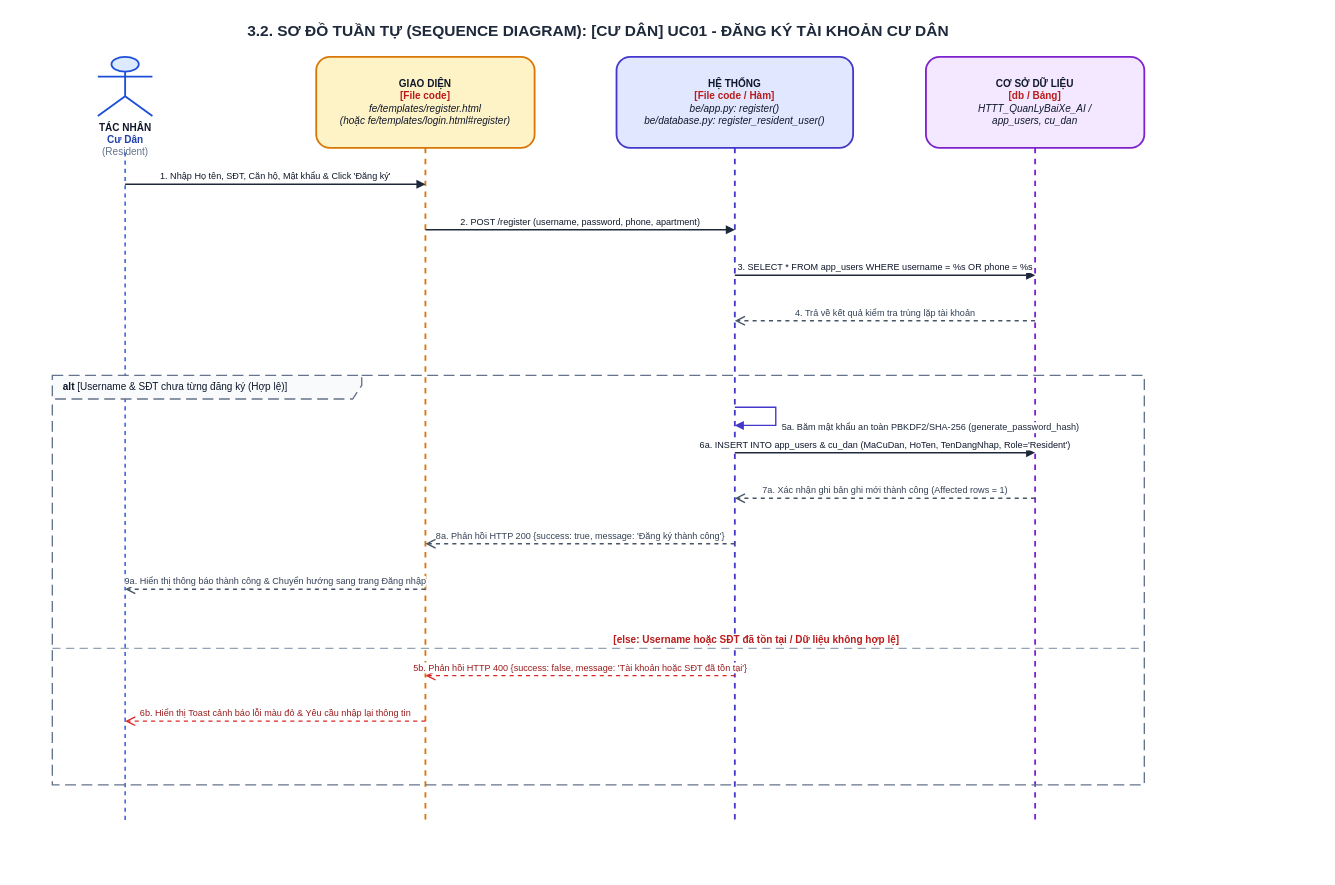
Above: ongthanquoctruong_24CT2_cnpm/docs/drawio/uc01_resident_register.drawio in Truong027/CNPM24 (draw.io), before the change. Source tidied: cells renumbered, new cells numbered last; positions are measured from the earlier drawing's top-left corner, leaving out a move shared by most shapes. Both pictures are drawn from the tidied source at 91%, with x=0, y=0 at pixel (15, 15).
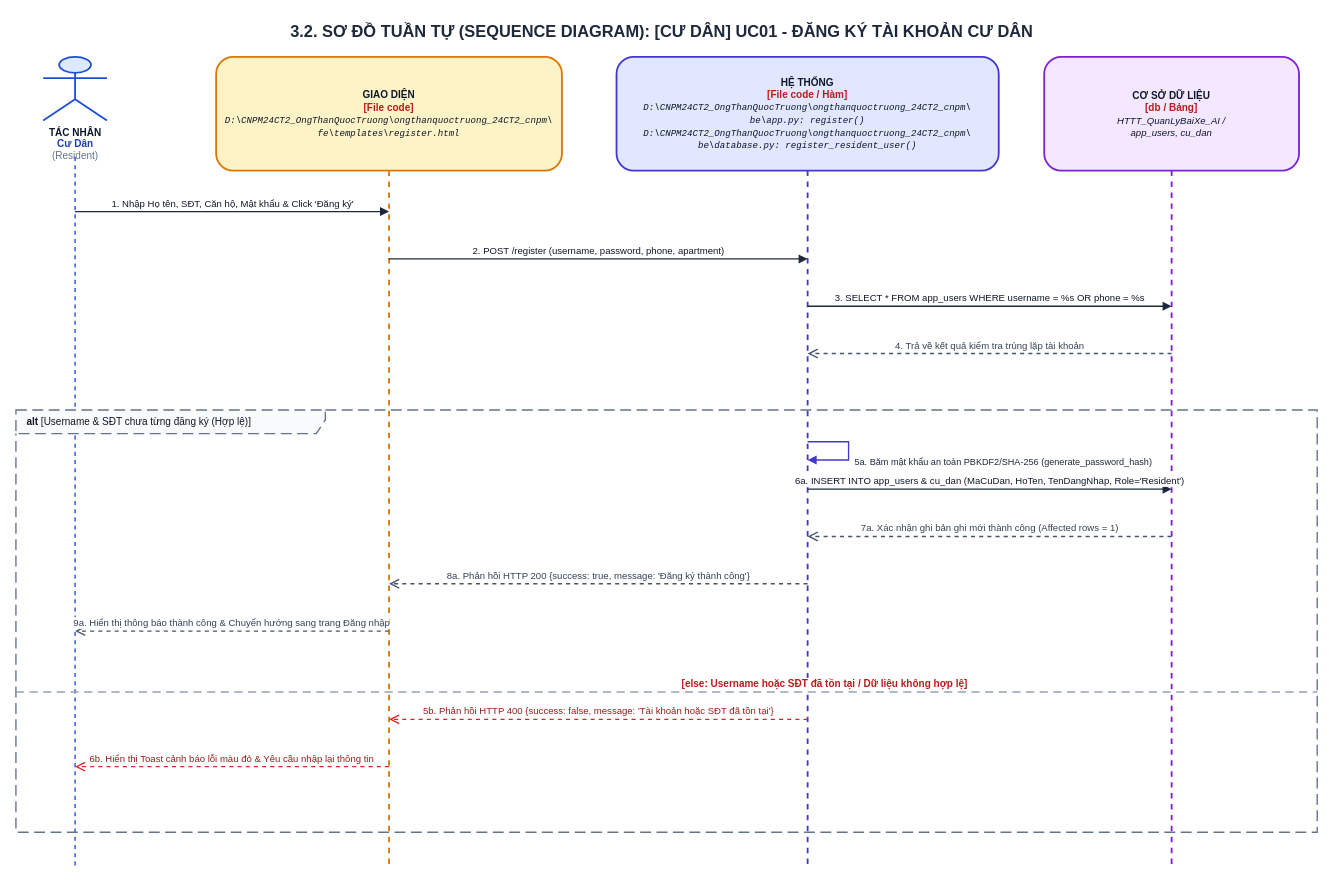
The same page after the edit.

What changed in the source:
```diff
@@
-    <mxCell id="2" value="&lt;b&gt;3.2. SƠ ĐỒ TUẦN TỰ (SEQUENCE DIAGRAM): [CƯ DÂN] UC01 - ĐĂNG KÝ TÀI KHOẢN CƯ DÂN&lt;/b&gt;" style="text;html=1;strokeColor=none;fillColor=none;align=center;verticalAlign=middle;whiteSpace=wrap;rounded=0;fontSize=17;fontColor=#1E293B;fontStyle=1;" parent="1" vertex="1">
-      <mxGeometry width="1280" height="35" as="geometry" />
+    <mxCell id="2" value="&lt;b&gt;3.2. SƠ ĐỒ TUẦN TỰ (SEQUENCE DIAGRAM): [CƯ DÂN] UC01 - ĐĂNG KÝ TÀI KHOẢN CƯ DÂN&lt;/b&gt;" style="text;html=1;strokeColor=none;fillColor=none;align=center;verticalAlign=middle;whiteSpace=wrap;rounded=0;fontSize=18;fontColor=#1E293B;fontStyle=1;" parent="1" vertex="1">
+      <mxGeometry width="1420" height="35" as="geometry" />
     </mxCell>
     <mxCell id="3" value="&lt;b&gt;TÁC NHÂN&lt;/b&gt;&lt;br/&gt;&lt;font color='#1E40AF'&gt;&lt;b&gt;Cư Dân&lt;/b&gt;&lt;/font&gt;&lt;br/&gt;&lt;font color='#64748B'&gt;(Resident)&lt;/font&gt;" style="shape=umlActor;verticalLabelPosition=bottom;verticalAlign=top;html=1;fillColor=#DBEAFE;strokeColor=#1D4ED8;strokeWidth=2;fontSize=11;fontColor=#0F172A;align=center;" parent="1" vertex="1">
-      <mxGeometry x="90" y="45" width="60" height="65" as="geometry" />
+      <mxGeometry x="30" y="45" width="70" height="70" as="geometry" />
     </mxCell>
     <mxCell id="4" style="endArrow=none;dashed=1;html=1;strokeWidth=1.5;strokeColor=#1D4ED8;" parent="1" edge="1">
       <mxGeometry relative="1" as="geometry">
-        <mxPoint x="120" y="150" as="sourcePoint" />
-        <mxPoint x="120" y="885" as="targetPoint" />
+        <mxPoint x="65" y="155" as="sourcePoint" />
+        <mxPoint x="65" y="937" as="targetPoint" />
       </mxGeometry>
     </mxCell>
-    <mxCell id="5" value="&lt;b&gt;GIAO DIỆN&lt;/b&gt;&lt;br/&gt;&lt;font color='#B91C1C'&gt;&lt;b&gt;[File code]&lt;/b&gt;&lt;/font&gt;&lt;br/&gt;&lt;i&gt;fe/templates/register.html&lt;br/&gt;(hoặc fe/templates/login.html#register)&lt;/i&gt;" style="shape=umlLifeline;perimeter=lifelinePerimeter;whiteSpace=wrap;html=1;size=100;fillColor=#FEF3C7;strokeColor=#D97706;strokeWidth=2;fontColor=#0F172A;rounded=1;shadow=0;fontSize=11;align=center;" parent="1" vertex="1">
-      <mxGeometry x="330" y="45" width="240" height="840" as="geometry" />
+    <mxCell id="5" value="&lt;b&gt;GIAO DIỆN&lt;/b&gt;&lt;br/&gt;&lt;font color='#B91C1C'&gt;&lt;b&gt;[File code]&lt;/b&gt;&lt;/font&gt;&lt;br/&gt;&lt;font style='font-size: 10px; font-family: Consolas, monospace;'&gt;&lt;i&gt;D:\CNPM24CT2_OngThanQuocTruong\ongthanquoctruong_24CT2_cnpm\&lt;br/&gt;fe\templates\register.html&lt;/i&gt;&lt;/font&gt;" style="shape=umlLifeline;perimeter=lifelinePerimeter;whiteSpace=wrap;html=1;size=125;fillColor=#FEF3C7;strokeColor=#D97706;strokeWidth=2;fontColor=#0F172A;rounded=1;shadow=0;fontSize=11;align=center;" parent="1" vertex="1">
+      <mxGeometry x="220" y="45" width="380" height="892" as="geometry" />
     </mxCell>
-    <mxCell id="6" value="&lt;b&gt;HỆ THỐNG&lt;/b&gt;&lt;br/&gt;&lt;font color='#B91C1C'&gt;&lt;b&gt;[File code / Hàm]&lt;/b&gt;&lt;/font&gt;&lt;br/&gt;&lt;i&gt;be/app.py: register()&lt;br/&gt;be/database.py: register_resident_user()&lt;/i&gt;" style="shape=umlLifeline;perimeter=lifelinePerimeter;whiteSpace=wrap;html=1;size=100;fillColor=#E0E7FF;strokeColor=#4338CA;strokeWidth=2;fontColor=#0F172A;rounded=1;shadow=0;fontSize=11;align=center;" parent="1" vertex="1">
-      <mxGeometry x="660" y="45" width="260" height="840" as="geometry" />
+    <mxCell id="6" value="&lt;b&gt;HỆ THỐNG&lt;/b&gt;&lt;br/&gt;&lt;font color='#B91C1C'&gt;&lt;b&gt;[File code / Hàm]&lt;/b&gt;&lt;/font&gt;&lt;br/&gt;&lt;font style='font-size: 10px; font-family: Consolas, monospace;'&gt;&lt;i&gt;D:\CNPM24CT2_OngThanQuocTruong\ongthanquoctruong_24CT2_cnpm\&lt;br/&gt;be\app.py: register()&lt;br/&gt;D:\CNPM24CT2_OngThanQuocTruong\ongthanquoctruong_24CT2_cnpm\&lt;br/&gt;be\database.py: register_resident_user()&lt;/i&gt;&lt;/font&gt;" style="shape=umlLifeline;perimeter=lifelinePerimeter;whiteSpace=wrap;html=1;size=125;fillColor=#E0E7FF;strokeColor=#4338CA;strokeWidth=2;fontColor=#0F172A;rounded=1;shadow=0;fontSize=11;align=center;" parent="1" vertex="1">
+      <mxGeometry x="660" y="45" width="420" height="892" as="geometry" />
     </mxCell>
-    <mxCell id="7" value="&lt;b&gt;CƠ SỞ DỮ LIỆU&lt;/b&gt;&lt;br/&gt;&lt;font color='#B91C1C'&gt;&lt;b&gt;[db / Bảng]&lt;/b&gt;&lt;/font&gt;&lt;br/&gt;&lt;i&gt;HTTT_QuanLyBaiXe_AI /&lt;br/&gt;app_users, cu_dan&lt;/i&gt;" style="shape=umlLifeline;perimeter=lifelinePerimeter;whiteSpace=wrap;html=1;size=100;fillColor=#F3E8FF;strokeColor=#7E22CE;strokeWidth=2;fontColor=#0F172A;rounded=1;shadow=0;fontSize=11;align=center;" parent="1" vertex="1">
-      <mxGeometry x="1000" y="45" width="240" height="840" as="geometry" />
+    <mxCell id="7" value="&lt;b&gt;CƠ SỞ DỮ LIỆU&lt;/b&gt;&lt;br/&gt;&lt;font color='#B91C1C'&gt;&lt;b&gt;[db / Bảng]&lt;/b&gt;&lt;/font&gt;&lt;br/&gt;&lt;font style='font-size: 10.5px;'&gt;&lt;i&gt;HTTT_QuanLyBaiXe_AI /&lt;br/&gt;app_users, cu_dan&lt;/i&gt;&lt;/font&gt;" style="shape=umlLifeline;perimeter=lifelinePerimeter;whiteSpace=wrap;html=1;size=125;fillColor=#F3E8FF;strokeColor=#7E22CE;strokeWidth=2;fontColor=#0F172A;rounded=1;shadow=0;fontSize=11;align=center;" parent="1" vertex="1">
+      <mxGeometry x="1130" y="45" width="280" height="892" as="geometry" />
     </mxCell>
-    <mxCell id="8" value="1. Nhập Họ tên, SĐT, Căn hộ, Mật khẩu &amp; Click 'Đăng ký'" style="html=1;verticalAlign=bottom;endArrow=block;rounded=0;strokeColor=#1E293B;strokeWidth=1.5;fontColor=#0F172A;fontSize=10;" parent="1" edge="1">
+    <mxCell id="8" value="1. Nhập Họ tên, SĐT, Căn hộ, Mật khẩu &amp; Click 'Đăng ký'" style="html=1;verticalAlign=bottom;endArrow=block;rounded=0;strokeColor=#1E293B;strokeWidth=1.5;fontColor=#0F172A;fontSize=10.5;" parent="1" edge="1">
       <mxGeometry relative="1" as="geometry">
-        <mxPoint x="120" y="185" as="sourcePoint" />
-        <mxPoint x="450" y="185" as="targetPoint" />
+        <mxPoint x="65" y="215" as="sourcePoint" />
+        <mxPoint x="410" y="215" as="targetPoint" />
       </mxGeometry>
     </mxCell>
-    <mxCell id="9" value="2. POST /register (username, password, phone, apartment)" style="html=1;verticalAlign=bottom;endArrow=block;rounded=0;strokeColor=#1E293B;strokeWidth=1.5;fontColor=#0F172A;fontSize=10;" parent="1" edge="1">
+    <mxCell id="9" value="2. POST /register (username, password, phone, apartment)" style="html=1;verticalAlign=bottom;endArrow=block;rounded=0;strokeColor=#1E293B;strokeWidth=1.5;fontColor=#0F172A;fontSize=10.5;" parent="1" edge="1">
       <mxGeometry relative="1" as="geometry">
-        <mxPoint x="450" y="235" as="sourcePoint" />
-        <mxPoint x="790" y="235" as="targetPoint" />
+        <mxPoint x="410" y="267" as="sourcePoint" />
+        <mxPoint x="870" y="267" as="targetPoint" />
       </mxGeometry>
     </mxCell>
-    <mxCell id="10" value="3. SELECT * FROM app_users WHERE username = %s OR phone = %s" style="html=1;verticalAlign=bottom;endArrow=block;rounded=0;strokeColor=#1E293B;strokeWidth=1.5;fontColor=#0F172A;fontSize=10;" parent="1" edge="1">
+    <mxCell id="10" value="3. SELECT * FROM app_users WHERE username = %s OR phone = %s" style="html=1;verticalAlign=bottom;endArrow=block;rounded=0;strokeColor=#1E293B;strokeWidth=1.5;fontColor=#0F172A;fontSize=10.5;" parent="1" edge="1">
       <mxGeometry relative="1" as="geometry">
-        <mxPoint x="790" y="285" as="sourcePoint" />
-        <mxPoint x="1120" y="285" as="targetPoint" />
+        <mxPoint x="870" y="319" as="sourcePoint" />
+        <mxPoint x="1270" y="319" as="targetPoint" />
       </mxGeometry>
     </mxCell>
-    <mxCell id="11" value="4. Trả về kết quả kiểm tra trùng lặp tài khoản" style="html=1;verticalAlign=bottom;endArrow=open;dashed=1;endSize=8;rounded=0;strokeColor=#475569;strokeWidth=1.5;fontColor=#334155;fontSize=10;" parent="1" edge="1">
+    <mxCell id="11" value="4. Trả về kết quả kiểm tra trùng lặp tài khoản" style="html=1;verticalAlign=bottom;endArrow=open;dashed=1;endSize=8;rounded=0;strokeColor=#475569;strokeWidth=1.5;fontColor=#334155;fontSize=10.5;" parent="1" edge="1">
       <mxGeometry relative="1" as="geometry">
-        <mxPoint x="1120" y="335" as="sourcePoint" />
-        <mxPoint x="790" y="335" as="targetPoint" />
+        <mxPoint x="1270" y="371" as="sourcePoint" />
+        <mxPoint x="870" y="371" as="targetPoint" />
       </mxGeometry>
     </mxCell>
     <mxCell id="12" value="&lt;b&gt;alt&lt;/b&gt; [Username &amp; SĐT chưa từng đăng ký (Hợp lệ)]" style="shape=umlFrame;whiteSpace=wrap;html=1;width=340;height=26;dashed=1;dashPattern=8 4;strokeColor=#64748B;fillColor=#F8FAFC;strokeWidth=1.5;align=left;spacingLeft=10;verticalAlign=top;fontStyle=0;fontSize=11;fontColor=#0F172A;" parent="1" vertex="1">
-      <mxGeometry x="40" y="395" width="1200" height="450" as="geometry" />
+      <mxGeometry y="433" width="1430" height="464" as="geometry" />
     </mxCell>
     <mxCell id="13" value="5a. Băm mật khẩu an toàn PBKDF2/SHA-256 (generate_password_hash)" style="html=1;align=left;spacingLeft=5;verticalAlign=top;endArrow=block;rounded=0;edgeStyle=orthogonalEdgeStyle;curved=0;strokeColor=#4338CA;strokeWidth=1.5;fontColor=#1E293B;fontSize=10;" parent="1" edge="1">
       <mxGeometry relative="1" as="geometry">
-        <mxPoint x="790" y="430" as="sourcePoint" />
-        <mxPoint x="790" y="450" as="targetPoint" />
+        <mxPoint x="870" y="468" as="sourcePoint" />
+        <mxPoint x="870" y="488" as="targetPoint" />
         <Array as="points">
-          <mxPoint x="835" y="430" />
-          <mxPoint x="835" y="450" />
+          <mxPoint x="915" y="468" />
+          <mxPoint x="915" y="488" />
         </Array>
       </mxGeometry>
     </mxCell>
-    <mxCell id="14" value="6a. INSERT INTO app_users &amp; cu_dan (MaCuDan, HoTen, TenDangNhap, Role='Resident')" style="html=1;verticalAlign=bottom;endArrow=block;rounded=0;strokeColor=#1E293B;strokeWidth=1.5;fontColor=#0F172A;fontSize=10;" parent="1" edge="1">
+    <mxCell id="14" value="6a. INSERT INTO app_users &amp; cu_dan (MaCuDan, HoTen, TenDangNhap, Role='Resident')" style="html=1;verticalAlign=bottom;endArrow=block;rounded=0;strokeColor=#1E293B;strokeWidth=1.5;fontColor=#0F172A;fontSize=10.5;" parent="1" edge="1">
       <mxGeometry relative="1" as="geometry">
-        <mxPoint x="790" y="480" as="sourcePoint" />
-        <mxPoint x="1120" y="480" as="targetPoint" />
+        <mxPoint x="870" y="520" as="sourcePoint" />
+        <mxPoint x="1270" y="520" as="targetPoint" />
       </mxGeometry>
     </mxCell>
-    <mxCell id="15" value="7a. Xác nhận ghi bản ghi mới thành công (Affected rows = 1)" style="html=1;verticalAlign=bottom;endArrow=open;dashed=1;endSize=8;rounded=0;strokeColor=#475569;strokeWidth=1.5;fontColor=#334155;fontSize=10;" parent="1" edge="1">
+    <mxCell id="15" value="7a. Xác nhận ghi bản ghi mới thành công (Affected rows = 1)" style="html=1;verticalAlign=bottom;endArrow=open;dashed=1;endSize=8;rounded=0;strokeColor=#475569;strokeWidth=1.5;fontColor=#334155;fontSize=10.5;" parent="1" edge="1">
       <mxGeometry relative="1" as="geometry">
-        <mxPoint x="1120" y="530" as="sourcePoint" />
-        <mxPoint x="790" y="530" as="targetPoint" />
+        <mxPoint x="1270" y="572" as="sourcePoint" />
+        <mxPoint x="870" y="572" as="targetPoint" />
       </mxGeometry>
     </mxCell>
-    <mxCell id="16" value="8a. Phản hồi HTTP 200 {success: true, message: 'Đăng ký thành công'}" style="html=1;verticalAlign=bottom;endArrow=open;dashed=1;endSize=8;rounded=0;strokeColor=#475569;strokeWidth=1.5;fontColor=#334155;fontSize=10;" parent="1" edge="1">
+    <mxCell id="16" value="8a. Phản hồi HTTP 200 {success: true, message: 'Đăng ký thành công'}" style="html=1;verticalAlign=bottom;endArrow=open;dashed=1;endSize=8;rounded=0;strokeColor=#475569;strokeWidth=1.5;fontColor=#334155;fontSize=10.5;" parent="1" edge="1">
       <mxGeometry relative="1" as="geometry">
-        <mxPoint x="790" y="580" as="sourcePoint" />
-        <mxPoint x="450" y="580" as="targetPoint" />
+        <mxPoint x="870" y="624" as="sourcePoint" />
+        <mxPoint x="410" y="624" as="targetPoint" />
       </mxGeometry>
     </mxCell>
-    <mxCell id="17" value="9a. Hiển thị thông báo thành công &amp; Chuyển hướng sang trang Đăng nhập" style="html=1;verticalAlign=bottom;endArrow=open;dashed=1;endSize=8;rounded=0;strokeColor=#475569;strokeWidth=1.5;fontColor=#334155;fontSize=10;" parent="1" edge="1">
+    <mxCell id="17" value="9a. Hiển thị thông báo thành công &amp; Chuyển hướng sang trang Đăng nhập" style="html=1;verticalAlign=bottom;endArrow=open;dashed=1;endSize=8;rounded=0;strokeColor=#475569;strokeWidth=1.5;fontColor=#334155;fontSize=10.5;" parent="1" edge="1">
       <mxGeometry relative="1" as="geometry">
-        <mxPoint x="450" y="630" as="sourcePoint" />
-        <mxPoint x="120" y="630" as="targetPoint" />
+        <mxPoint x="410" y="676" as="sourcePoint" />
+        <mxPoint x="65" y="676" as="targetPoint" />
       </mxGeometry>
     </mxCell>
     <mxCell id="18" value="&lt;b&gt;[else: Username hoặc SĐT đã tồn tại / Dữ liệu không hợp lệ]&lt;/b&gt;" style="html=1;strokeWidth=1.5;strokeColor=#94A3B8;dashed=1;dashPattern=6 4;endArrow=none;align=left;verticalAlign=bottom;spacingLeft=15;fontColor=#B91C1C;fontSize=11;fontStyle=0;" parent="1" edge="1">
       <mxGeometry relative="1" as="geometry">
-        <mxPoint x="40" y="695" as="sourcePoint" />
-        <mxPoint x="1240" y="695" as="targetPoint" />
+        <mxPoint y="743" as="sourcePoint" />
+        <mxPoint x="1430" y="743" as="targetPoint" />
       </mxGeometry>
     </mxCell>
-    <mxCell id="19" value="5b. Phản hồi HTTP 400 {success: false, message: 'Tài khoản hoặc SĐT đã tồn tại'}" style="html=1;verticalAlign=bottom;endArrow=open;dashed=1;endSize=8;rounded=0;strokeColor=#DC2626;strokeWidth=1.5;fontColor=#991B1B;fontSize=10;" parent="1" edge="1">
+    <mxCell id="19" value="5b. Phản hồi HTTP 400 {success: false, message: 'Tài khoản hoặc SĐT đã tồn tại'}" style="html=1;verticalAlign=bottom;endArrow=open;dashed=1;endSize=8;rounded=0;strokeColor=#DC2626;strokeWidth=1.5;fontColor=#991B1B;fontSize=10.5;" parent="1" edge="1">
       <mxGeometry relative="1" as="geometry">
-        <mxPoint x="790" y="725" as="sourcePoint" />
-        <mxPoint x="450" y="725" as="targetPoint" />
+        <mxPoint x="870" y="773" as="sourcePoint" />
+        <mxPoint x="410" y="773" as="targetPoint" />
       </mxGeometry>
     </mxCell>
-    <mxCell id="20" value="6b. Hiển thị Toast cảnh báo lỗi màu đỏ &amp; Yêu cầu nhập lại thông tin" style="html=1;verticalAlign=bottom;endArrow=open;dashed=1;endSize=8;rounded=0;strokeColor=#DC2626;strokeWidth=1.5;fontColor=#991B1B;fontSize=10;" parent="1" edge="1">
+    <mxCell id="20" value="6b. Hiển thị Toast cảnh báo lỗi màu đỏ &amp; Yêu cầu nhập lại thông tin" style="html=1;verticalAlign=bottom;endArrow=open;dashed=1;endSize=8;rounded=0;strokeColor=#DC2626;strokeWidth=1.5;fontColor=#991B1B;fontSize=10.5;" parent="1" edge="1">
       <mxGeometry relative="1" as="geometry">
-        <mxPoint x="450" y="775" as="sourcePoint" />
-        <mxPoint x="120" y="775" as="targetPoint" />
+        <mxPoint x="410" y="825" as="sourcePoint" />
+        <mxPoint x="65" y="825" as="targetPoint" />
       </mxGeometry>
     </mxCell>
```
